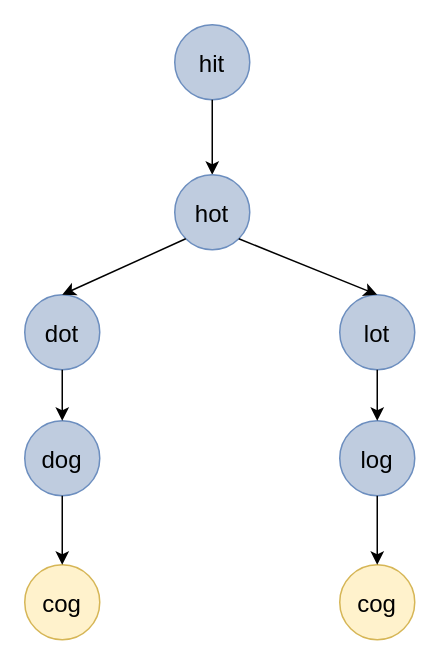
This is page "第 1 页" (1 of 4) of 单词接龙II.drawio from qianlimaboy/diagram, a draw.io file, before an edit. Source tidied: cells renumbered, new cells numbered last; positions are measured from the earlier drawing's top-left corner, leaving out a move shared by most shapes. Both pictures are drawn from the tidied source at 150%, with x=0, y=0 at pixel (24, 24).
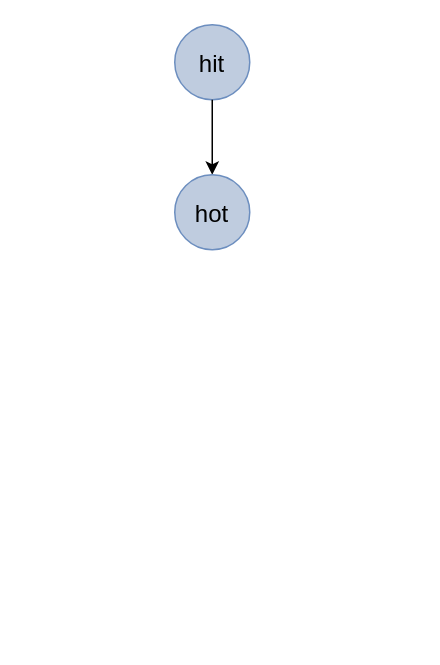
Above is the later version.

Commit message (it also covers changes not shown here):
更新单词接龙II.drawio

The edit, as a diff of the source:
```diff
@@
 <mxGraphModel>
   <root>
     <mxCell id="0" />
     <mxCell id="1" parent="0" />
     <mxCell id="2" value="hit" style="ellipse;fillColor=#bfccdf;strokeColor=#6c8ebf;align=center;spacing=0;fontSize=16;" parent="1" vertex="1">
       <mxGeometry x="100" width="50" height="50" as="geometry" />
     </mxCell>
     <mxCell id="3" style="endArrow=classic;html=1;rounded=0;exitX=0.5;exitY=1;exitDx=0;exitDy=0;entryX=0.5;entryY=0;entryDx=0;entryDy=0;" parent="1" edge="1" source="2" target="5">
       <mxGeometry relative="1" as="geometry" />
     </mxCell>
-    <mxCell id="4" value="cog" style="ellipse;fillColor=#fff2cc;strokeColor=#d6b656;align=center;spacing=0;fontSize=16;" parent="1" vertex="1">
-      <mxGeometry y="360" width="50" height="50" as="geometry" />
-    </mxCell>
     <mxCell id="5" value="hot" style="ellipse;fillColor=#bfccdf;strokeColor=#6c8ebf;align=center;spacing=0;fontSize=16;" parent="1" vertex="1">
       <mxGeometry x="100" y="100" width="50" height="50" as="geometry" />
     </mxCell>
-    <mxCell id="6" value="dot" style="ellipse;fillColor=#bfccdf;strokeColor=#6c8ebf;align=center;spacing=0;fontSize=16;" parent="1" vertex="1">
-      <mxGeometry y="180" width="50" height="50" as="geometry" />
-    </mxCell>
-    <mxCell id="7" value="lot" style="ellipse;fillColor=#bfccdf;strokeColor=#6c8ebf;align=center;spacing=0;fontSize=16;" parent="1" vertex="1">
-      <mxGeometry x="210" y="180" width="50" height="50" as="geometry" />
-    </mxCell>
-    <mxCell id="8" style="endArrow=classic;html=1;rounded=0;entryX=0.5;entryY=0;entryDx=0;entryDy=0;exitX=0;exitY=1;exitDx=0;exitDy=0;" parent="1" edge="1" source="5" target="6">
-      <mxGeometry relative="1" as="geometry" />
-    </mxCell>
-    <mxCell id="9" style="endArrow=classic;html=1;rounded=0;exitX=1;exitY=1;exitDx=0;exitDy=0;entryX=0.5;entryY=0;entryDx=0;entryDy=0;" parent="1" edge="1" source="5" target="7">
-      <mxGeometry relative="1" as="geometry" />
-    </mxCell>
-    <mxCell id="10" value="dog" style="ellipse;fillColor=#bfccdf;strokeColor=#6c8ebf;align=center;spacing=0;fontSize=16;" parent="1" vertex="1">
-      <mxGeometry y="264" width="50" height="50" as="geometry" />
-    </mxCell>
-    <mxCell id="11" style="endArrow=classic;html=1;rounded=0;exitX=0.5;exitY=1;exitDx=0;exitDy=0;entryX=0.5;entryY=0;entryDx=0;entryDy=0;" parent="1" edge="1" source="6" target="10">
-      <mxGeometry relative="1" as="geometry" />
-    </mxCell>
-    <mxCell id="12" value="log" style="ellipse;fillColor=#bfccdf;strokeColor=#6c8ebf;align=center;spacing=0;fontSize=16;" parent="1" vertex="1">
-      <mxGeometry x="210" y="264" width="50" height="50" as="geometry" />
-    </mxCell>
-    <mxCell id="13" style="endArrow=classic;html=1;rounded=0;exitX=0.5;exitY=1;exitDx=0;exitDy=0;entryX=0.5;entryY=0;entryDx=0;entryDy=0;" parent="1" edge="1" source="7" target="12">
-      <mxGeometry relative="1" as="geometry" />
-    </mxCell>
-    <mxCell id="14" style="endArrow=classic;html=1;rounded=0;exitX=0.5;exitY=1;exitDx=0;exitDy=0;entryX=0.5;entryY=0;entryDx=0;entryDy=0;" parent="1" edge="1" source="10" target="4">
-      <mxGeometry relative="1" as="geometry" />
-    </mxCell>
-    <mxCell id="15" value="cog" style="ellipse;fillColor=#fff2cc;strokeColor=#d6b656;align=center;spacing=0;fontSize=16;" parent="1" vertex="1">
-      <mxGeometry x="210" y="360" width="50" height="50" as="geometry" />
-    </mxCell>
-    <mxCell id="16" style="endArrow=classic;html=1;rounded=0;exitX=0.5;exitY=1;exitDx=0;exitDy=0;" parent="1" edge="1" source="12" target="15">
-      <mxGeometry relative="1" as="geometry" />
-    </mxCell>
   </root>
 </mxGraphModel>
```
